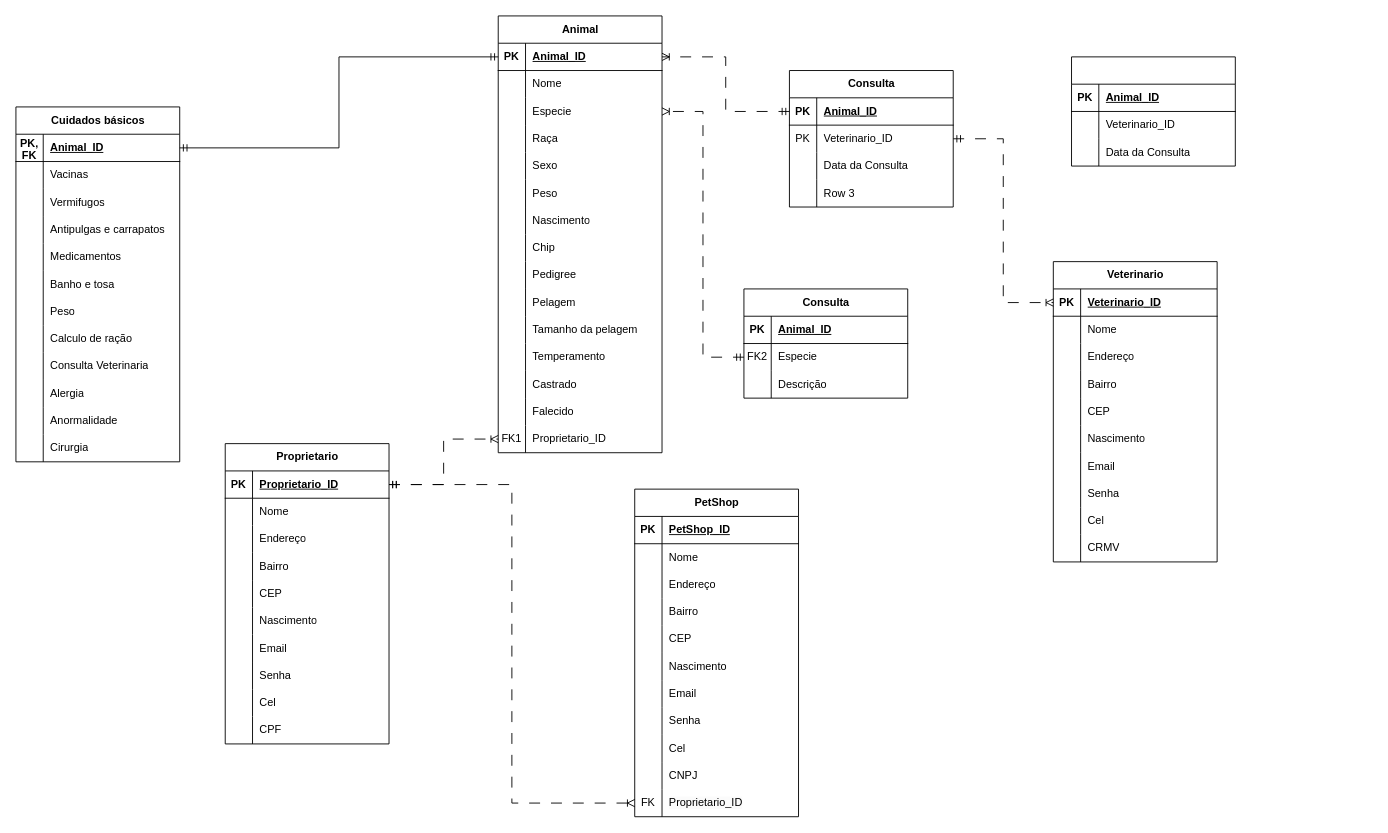
Before: Projeto_Final/Cópia do My Pet.drawio in 18carica/IFSP, a draw.io diagram. Source tidied: cells renumbered, new cells numbered last; positions are measured from the earlier drawing's top-left corner, leaving out a move shared by most shapes. Both pictures are drawn from the tidied source at 91%, with x=0, y=0 at pixel (15, 15).
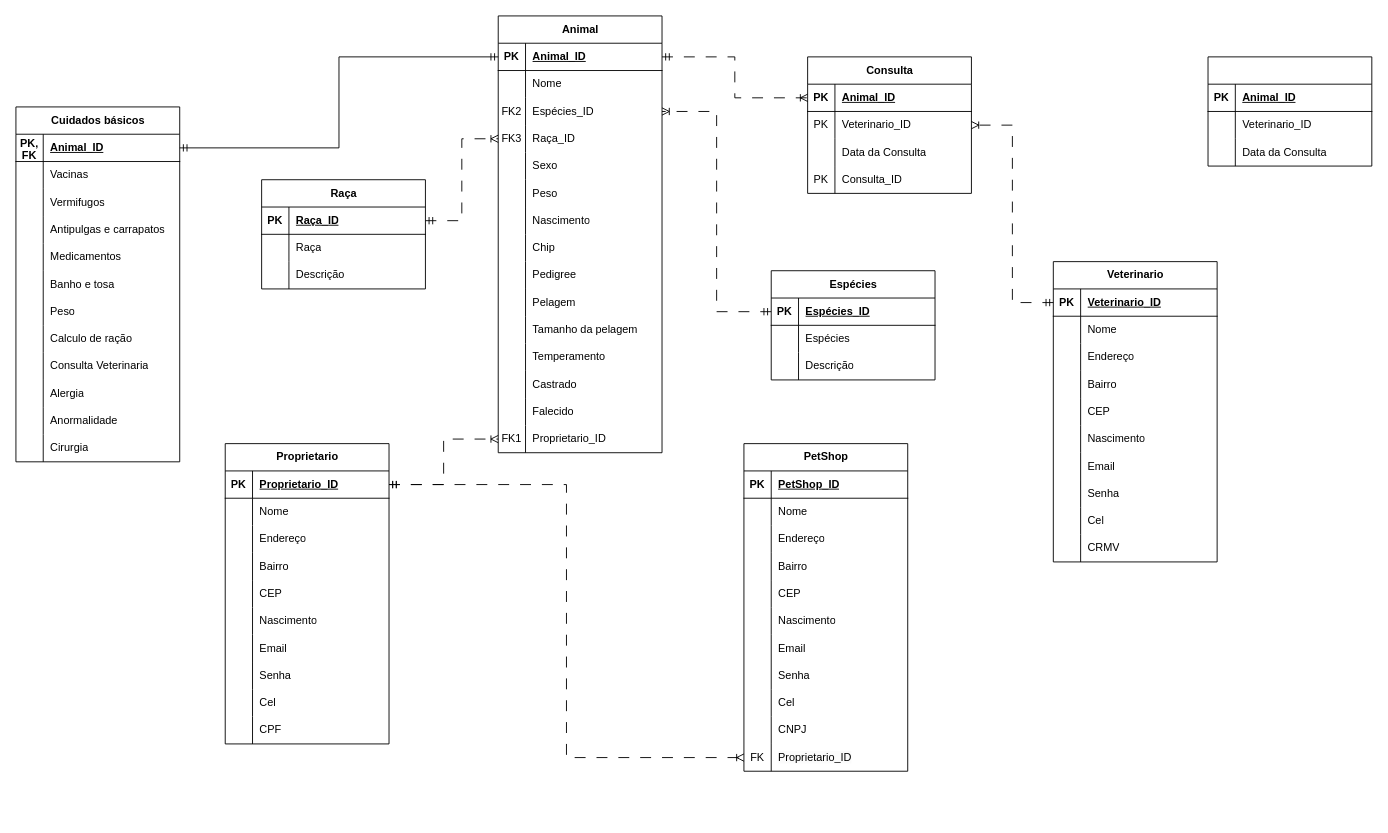
The same page after the edit.

The change refers to these unchanged cells:
```xml
<mxCell id="71" style="shape=tableRow;horizontal=0;startSize=0;swimlaneHead=0;swimlaneBody=0;fillColor=none;points=[[0,0.5],[1,0.5]];portConstraint=eastwest;top=0;left=0;right=0;bottom=1;" parent="70" vertex="1">
  <mxGeometry y="30" width="180" height="30" as="geometry" />
</mxCell>
<mxCell id="77" style="shape=tableRow;horizontal=0;startSize=0;swimlaneHead=0;swimlaneBody=0;fillColor=none;points=[[0,0.5],[1,0.5]];portConstraint=eastwest;top=0;left=0;right=0;bottom=0;" parent="70" vertex="1">
  <mxGeometry y="90" width="180" height="30" as="geometry" />
</mxCell>
<mxCell id="80" style="shape=tableRow;horizontal=0;startSize=0;swimlaneHead=0;swimlaneBody=0;fillColor=none;points=[[0,0.5],[1,0.5]];portConstraint=eastwest;top=0;left=0;right=0;bottom=0;" parent="70" vertex="1">
  <mxGeometry y="120" width="180" height="30" as="geometry" />
</mxCell>
<mxCell id="117" style="shape=tableRow;horizontal=0;startSize=0;swimlaneHead=0;swimlaneBody=0;fillColor=none;points=[[0,0.5],[1,0.5]];portConstraint=eastwest;top=0;left=0;right=0;bottom=1;" parent="116" vertex="1">
  <mxGeometry y="30" width="180" height="30" as="geometry" />
</mxCell>
<mxCell id="185" style="shape=tableRow;horizontal=0;startSize=0;swimlaneHead=0;swimlaneBody=0;fillColor=none;points=[[0,0.5],[1,0.5]];portConstraint=eastwest;top=0;left=0;right=0;bottom=1;" parent="184" vertex="1">
  <mxGeometry y="30" width="180" height="30" as="geometry" />
</mxCell>
<mxCell id="188" style="shape=tableRow;horizontal=0;startSize=0;swimlaneHead=0;swimlaneBody=0;fillColor=none;points=[[0,0.5],[1,0.5]];portConstraint=eastwest;top=0;left=0;right=0;bottom=0;" parent="184" vertex="1">
  <mxGeometry y="60" width="180" height="30" as="geometry" />
</mxCell>
<mxCell id="194" style="shape=tableRow;horizontal=0;startSize=0;swimlaneHead=0;swimlaneBody=0;fillColor=none;top=0;left=0;right=0;bottom=0;" parent="184" vertex="1">
  <mxGeometry y="120" width="180" height="30" as="geometry" />
</mxCell>
<mxCell id="208" style="shape=tableRow;horizontal=0;startSize=0;swimlaneHead=0;swimlaneBody=0;fillColor=none;points=[[0,0.5],[1,0.5]];portConstraint=eastwest;top=0;left=0;right=0;bottom=1;" parent="207" vertex="1">
  <mxGeometry y="30" width="180" height="30" as="geometry" />
</mxCell>
<mxCell id="211" style="shape=tableRow;horizontal=0;startSize=0;swimlaneHead=0;swimlaneBody=0;fillColor=none;points=[[0,0.5],[1,0.5]];portConstraint=eastwest;top=0;left=0;right=0;bottom=0;" parent="207" vertex="1">
  <mxGeometry y="60" width="180" height="30" as="geometry" />
</mxCell>
```

What changed in the source:
```diff
@@
-    <mxCell id="78" style="shape=partialRectangle;fillColor=none;top=0;left=0;bottom=0;right=0;overflow=hidden;whiteSpace=wrap;html=1;" parent="77" vertex="1">
+    <mxCell id="78" value="FK2" style="shape=partialRectangle;fillColor=none;top=0;left=0;bottom=0;right=0;overflow=hidden;whiteSpace=wrap;html=1;" parent="77" vertex="1">
       <mxGeometry width="30" height="30" as="geometry" />
     </mxCell>
-    <mxCell id="79" value="Especie" style="shape=partialRectangle;fillColor=none;top=0;left=0;bottom=0;right=0;align=left;spacingLeft=6;overflow=hidden;whiteSpace=wrap;html=1;" parent="77" vertex="1">
+    <mxCell id="79" value="Espécies_ID" style="shape=partialRectangle;fillColor=none;top=0;left=0;bottom=0;right=0;align=left;spacingLeft=6;overflow=hidden;whiteSpace=wrap;html=1;" parent="77" vertex="1">
       <mxGeometry x="30" width="150" height="30" as="geometry" />
     </mxCell>
@@
-    <mxCell id="81" style="shape=partialRectangle;fillColor=none;top=0;left=0;bottom=0;right=0;overflow=hidden;whiteSpace=wrap;html=1;" parent="80" vertex="1">
+    <mxCell id="81" value="FK3" style="shape=partialRectangle;fillColor=none;top=0;left=0;bottom=0;right=0;overflow=hidden;whiteSpace=wrap;html=1;" parent="80" vertex="1">
       <mxGeometry width="30" height="30" as="geometry" />
     </mxCell>
-    <mxCell id="82" value="Raça" style="shape=partialRectangle;fillColor=none;top=0;left=0;bottom=0;right=0;align=left;spacingLeft=6;overflow=hidden;whiteSpace=wrap;html=1;" parent="80" vertex="1">
+    <mxCell id="82" value="Raça_ID" style="shape=partialRectangle;fillColor=none;top=0;left=0;bottom=0;right=0;align=left;spacingLeft=6;overflow=hidden;whiteSpace=wrap;html=1;" parent="80" vertex="1">
       <mxGeometry x="30" width="150" height="30" as="geometry" />
     </mxCell>
@@
     <mxCell id="147" value="PetShop" style="shape=table;startSize=30;childLayout=tableLayout;rowLines=0;fontStyle=1;align=center;html=1;" parent="1" vertex="1">
-      <mxGeometry x="680" y="520" width="180" height="360" as="geometry" />
+      <mxGeometry x="800" y="470" width="180" height="360" as="geometry" />
     </mxCell>
@@
     <mxCell id="184" value="Consulta" style="shape=table;startSize=30;childLayout=tableLayout;rowLines=0;fontStyle=1;align=center;html=1;" parent="1" vertex="1">
-      <mxGeometry x="850" y="60" width="180" height="150" as="geometry" />
+      <mxGeometry x="870" y="45" width="180" height="150" as="geometry" />
     </mxCell>
@@
-    <mxCell id="195" style="shape=partialRectangle;fillColor=none;top=0;left=0;bottom=0;right=0;overflow=hidden;whiteSpace=wrap;html=1;" parent="194" vertex="1">
+    <mxCell id="195" value="PK" style="shape=partialRectangle;fillColor=none;top=0;left=0;bottom=0;right=0;overflow=hidden;whiteSpace=wrap;html=1;" parent="194" vertex="1">
       <mxGeometry width="30" height="30" as="geometry" />
     </mxCell>
-    <mxCell id="196" value="Row 3" style="shape=partialRectangle;fillColor=none;top=0;left=0;bottom=0;right=0;align=left;spacingLeft=6;overflow=hidden;whiteSpace=wrap;html=1;" parent="194" vertex="1">
+    <mxCell id="196" value="Consulta_ID" style="shape=partialRectangle;fillColor=none;top=0;left=0;bottom=0;right=0;align=left;spacingLeft=6;overflow=hidden;whiteSpace=wrap;html=1;" parent="194" vertex="1">
       <mxGeometry x="30" width="150" height="30" as="geometry" />
     </mxCell>
     <mxCell id="197" style="shape=table;startSize=30;childLayout=tableLayout;rowLines=0;fontStyle=1;align=center;html=1;" parent="1" vertex="1">
-      <mxGeometry x="1160" y="45" width="180" height="120" as="geometry" />
+      <mxGeometry x="1310" y="45" width="180" height="120" as="geometry" />
     </mxCell>
@@
-    <mxCell id="207" value="Consulta" style="shape=table;startSize=30;childLayout=tableLayout;rowLines=0;fontStyle=1;align=center;html=1;" parent="1" vertex="1">
-      <mxGeometry x="800" y="300" width="180" height="120" as="geometry" />
+    <mxCell id="207" value="Espécies" style="shape=table;startSize=30;childLayout=tableLayout;rowLines=0;fontStyle=1;align=center;html=1;" parent="1" vertex="1">
+      <mxGeometry x="830" y="280" width="180" height="120" as="geometry" />
     </mxCell>
@@
-    <mxCell id="210" value="Animal_ID" style="shape=partialRectangle;fillColor=none;top=0;left=0;bottom=0;right=0;align=left;spacingLeft=6;fontStyle=5;overflow=hidden;whiteSpace=wrap;html=1;" parent="208" vertex="1">
+    <mxCell id="210" value="Espécies_ID" style="shape=partialRectangle;fillColor=none;top=0;left=0;bottom=0;right=0;align=left;spacingLeft=6;fontStyle=5;overflow=hidden;whiteSpace=wrap;html=1;" parent="208" vertex="1">
       <mxGeometry x="30" width="150" height="30" as="geometry" />
     </mxCell>
@@
-    <mxCell id="212" value="FK2" style="shape=partialRectangle;fillColor=none;top=0;left=0;bottom=0;right=0;overflow=hidden;whiteSpace=wrap;html=1;" parent="211" vertex="1">
+    <mxCell id="212" style="shape=partialRectangle;fillColor=none;top=0;left=0;bottom=0;right=0;overflow=hidden;whiteSpace=wrap;html=1;" parent="211" vertex="1">
       <mxGeometry width="30" height="30" as="geometry" />
     </mxCell>
-    <mxCell id="213" value="Especie" style="shape=partialRectangle;fillColor=none;top=0;left=0;bottom=0;right=0;align=left;spacingLeft=6;overflow=hidden;whiteSpace=wrap;html=1;" parent="211" vertex="1">
+    <mxCell id="213" value="Espécies" style="shape=partialRectangle;fillColor=none;top=0;left=0;bottom=0;right=0;align=left;spacingLeft=6;overflow=hidden;whiteSpace=wrap;html=1;" parent="211" vertex="1">
       <mxGeometry x="30" width="150" height="30" as="geometry" />
     </mxCell>
@@
-    <mxCell id="217" style="fontSize=12;html=1;endArrow=ERoneToMany;startArrow=ERmandOne;rounded=0;dashed=1;dashPattern=12 12;edgeStyle=orthogonalEdgeStyle;" parent="1" edge="1" source="211" target="77">
+    <mxCell id="217" style="fontSize=12;html=1;endArrow=ERoneToMany;startArrow=ERmandOne;rounded=0;dashed=1;dashPattern=12 12;edgeStyle=orthogonalEdgeStyle;" parent="1" edge="1" source="208" target="77">
       <mxGeometry relative="1" as="geometry" />
     </mxCell>
-    <mxCell id="218" style="fontSize=12;html=1;endArrow=ERoneToMany;startArrow=ERmandOne;rounded=0;dashed=1;dashPattern=12 12;edgeStyle=orthogonalEdgeStyle;" parent="1" edge="1" source="185" target="71">
+    <mxCell id="218" style="fontSize=12;html=1;endArrow=ERoneToMany;startArrow=ERmandOne;rounded=0;dashed=1;dashPattern=12 12;edgeStyle=orthogonalEdgeStyle;" parent="1" edge="1" source="71" target="185">
       <mxGeometry relative="1" as="geometry" />
     </mxCell>
-    <mxCell id="219" style="fontSize=12;html=1;endArrow=ERoneToMany;startArrow=ERmandOne;rounded=0;dashed=1;dashPattern=12 12;edgeStyle=orthogonalEdgeStyle;" parent="1" edge="1" source="188" target="117">
+    <mxCell id="219" style="fontSize=12;html=1;endArrow=ERoneToMany;startArrow=ERmandOne;rounded=0;dashed=1;dashPattern=12 12;edgeStyle=orthogonalEdgeStyle;" parent="1" edge="1" source="117" target="188">
       <mxGeometry relative="1" as="geometry" />
     </mxCell>
+    <mxCell id="220" value="Raça" style="shape=table;startSize=30;childLayout=tableLayout;rowLines=0;fontStyle=1;align=center;html=1;" parent="1" vertex="1">
+      <mxGeometry x="270" y="180" width="180" height="120" as="geometry" />
+    </mxCell>
+    <mxCell id="221" style="shape=tableRow;horizontal=0;startSize=0;swimlaneHead=0;swimlaneBody=0;fillColor=none;points=[[0,0.5],[1,0.5]];portConstraint=eastwest;top=0;left=0;right=0;bottom=1;" parent="220" vertex="1">
+      <mxGeometry y="30" width="180" height="30" as="geometry" />
+    </mxCell>
+    <mxCell id="222" value="PK" style="shape=partialRectangle;fillColor=none;top=0;left=0;bottom=0;right=0;fontStyle=1;overflow=hidden;whiteSpace=wrap;html=1;" parent="221" vertex="1">
+      <mxGeometry width="30" height="30" as="geometry" />
+    </mxCell>
+    <mxCell id="223" value="Raça_ID" style="shape=partialRectangle;fillColor=none;top=0;left=0;bottom=0;right=0;align=left;spacingLeft=6;fontStyle=5;overflow=hidden;whiteSpace=wrap;html=1;" parent="221" vertex="1">
+      <mxGeometry x="30" width="150" height="30" as="geometry" />
+    </mxCell>
+    <mxCell id="224" style="shape=tableRow;horizontal=0;startSize=0;swimlaneHead=0;swimlaneBody=0;fillColor=none;top=0;left=0;right=0;bottom=0;" parent="220" vertex="1">
+      <mxGeometry y="60" width="180" height="30" as="geometry" />
+    </mxCell>
+    <mxCell id="225" style="shape=partialRectangle;fillColor=none;top=0;left=0;bottom=0;right=0;overflow=hidden;whiteSpace=wrap;html=1;" parent="224" vertex="1">
+      <mxGeometry width="30" height="30" as="geometry" />
+    </mxCell>
+    <mxCell id="226" value="Raça" style="shape=partialRectangle;fillColor=none;top=0;left=0;bottom=0;right=0;align=left;spacingLeft=6;overflow=hidden;whiteSpace=wrap;html=1;" parent="224" vertex="1">
+      <mxGeometry x="30" width="150" height="30" as="geometry" />
+    </mxCell>
+    <mxCell id="227" style="shape=tableRow;horizontal=0;startSize=0;swimlaneHead=0;swimlaneBody=0;fillColor=none;top=0;left=0;right=0;bottom=0;" parent="220" vertex="1">
+      <mxGeometry y="90" width="180" height="30" as="geometry" />
+    </mxCell>
+    <mxCell id="228" style="shape=partialRectangle;fillColor=none;top=0;left=0;bottom=0;right=0;overflow=hidden;whiteSpace=wrap;html=1;" parent="227" vertex="1">
+      <mxGeometry width="30" height="30" as="geometry" />
+    </mxCell>
+    <mxCell id="229" value="Descrição" style="shape=partialRectangle;fillColor=none;top=0;left=0;bottom=0;right=0;align=left;spacingLeft=6;overflow=hidden;whiteSpace=wrap;html=1;" parent="227" vertex="1">
+      <mxGeometry x="30" width="150" height="30" as="geometry" />
+    </mxCell>
+    <mxCell id="230" style="fontSize=12;html=1;endArrow=ERoneToMany;startArrow=ERmandOne;rounded=0;dashed=1;dashPattern=12 12;edgeStyle=orthogonalEdgeStyle;" parent="1" edge="1" source="221" target="80">
+      <mxGeometry relative="1" as="geometry" />
+    </mxCell>
```
